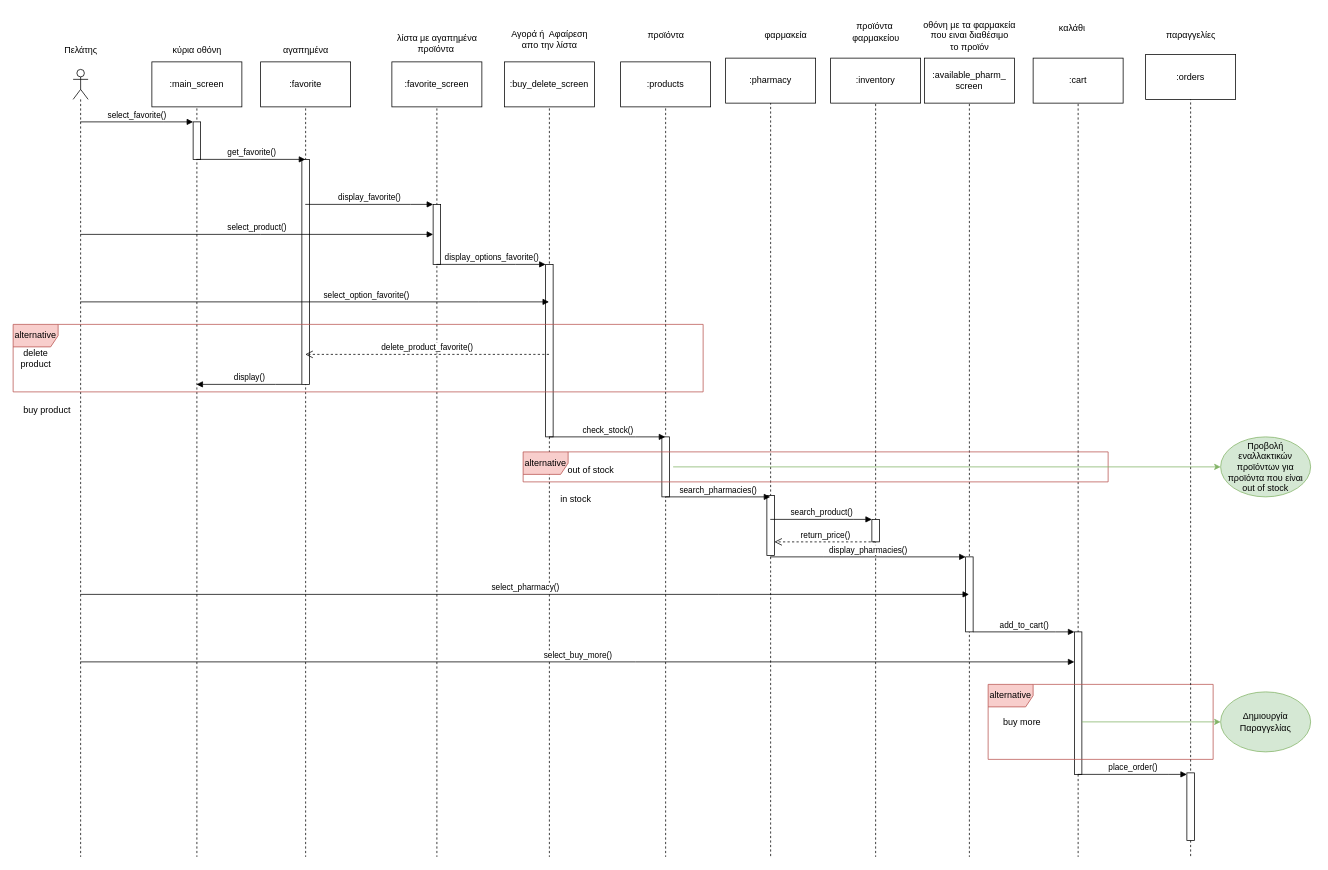
Before: Παραδοτέο_5/sequence/sequence_3.drawio in Galenus-Pharmacy/GalenusPharmacies, a draw.io diagram. Source tidied: cells renumbered, new cells numbered last; positions are measured from the earlier drawing's top-left corner, leaving out a move shared by most shapes. Both pictures are drawn from the tidied source at 75%, with x=0, y=0 at pixel (13, 13).
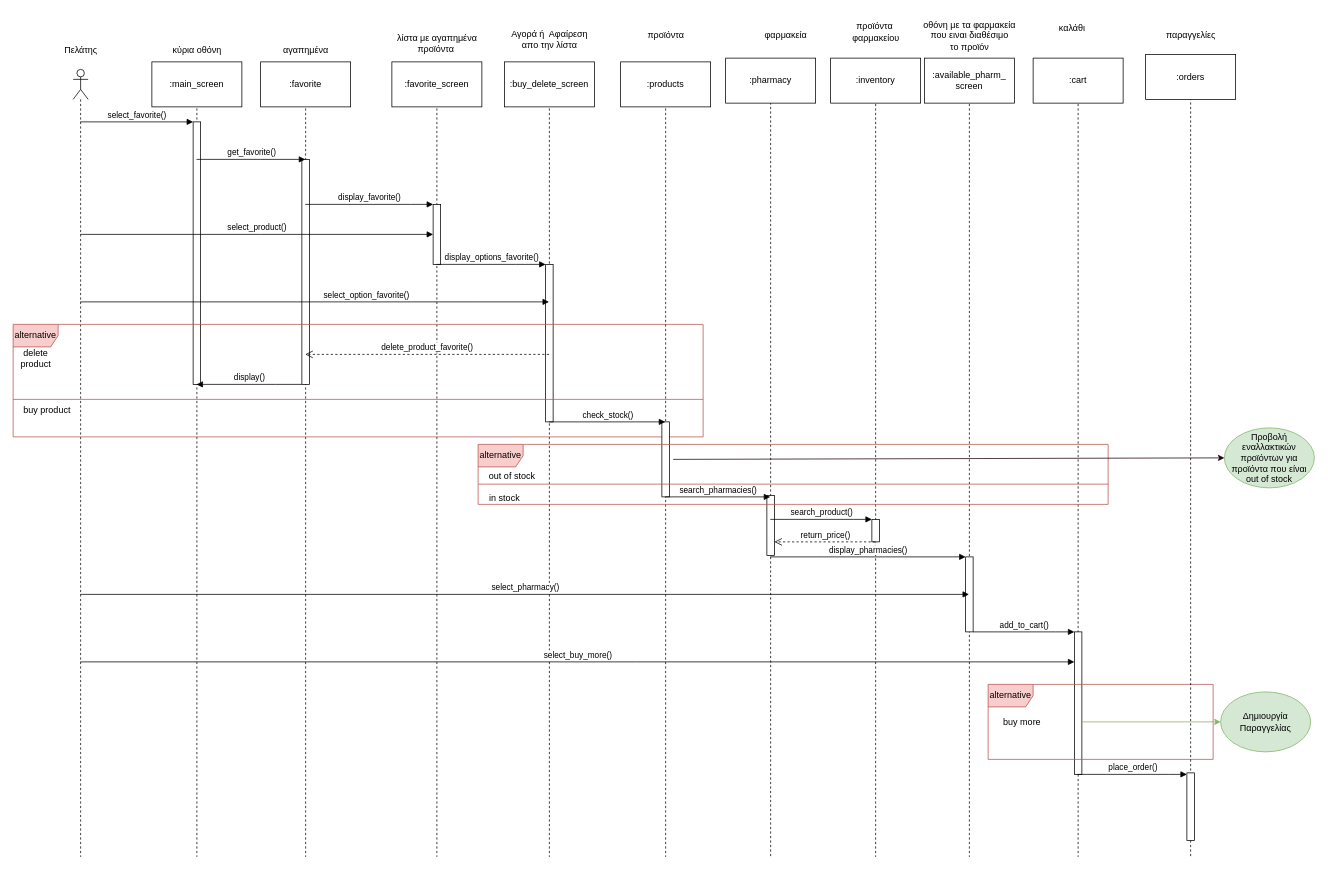
The same page after the edit.

The change refers to these unchanged cells:
```xml
<mxCell id="4" style="shape=umlLifeline;perimeter=lifelinePerimeter;whiteSpace=wrap;html=1;outlineConnect=0;portConstraint=eastwest;newEdgeStyle={&quot;edgeStyle&quot;:&quot;elbowEdgeStyle&quot;,&quot;elbow&quot;:&quot;vertical&quot;,&quot;curved&quot;:0,&quot;rounded&quot;:0};participant=umlBoundary;" parent="1" vertex="1">
  <mxGeometry x="220" y="75" width="50" height="1050" as="geometry" />
</mxCell>
<mxCell id="13" style="shape=umlLifeline;perimeter=lifelinePerimeter;whiteSpace=wrap;html=1;outlineConnect=0;portConstraint=eastwest;newEdgeStyle={&quot;edgeStyle&quot;:&quot;elbowEdgeStyle&quot;,&quot;elbow&quot;:&quot;vertical&quot;,&quot;curved&quot;:0,&quot;rounded&quot;:0};participant=umlBoundary;" parent="1" vertex="1">
  <mxGeometry x="690" y="75" width="50" height="1050" as="geometry" />
</mxCell>
<mxCell id="19" style="shape=umlLifeline;perimeter=lifelinePerimeter;whiteSpace=wrap;html=1;outlineConnect=0;portConstraint=eastwest;newEdgeStyle={&quot;edgeStyle&quot;:&quot;elbowEdgeStyle&quot;,&quot;elbow&quot;:&quot;vertical&quot;,&quot;curved&quot;:0,&quot;rounded&quot;:0};participant=umlEntity;" parent="1" vertex="1">
  <mxGeometry x="850" y="75" width="40" height="1050" as="geometry" />
</mxCell>
```

Change to the diagram source:
```diff
@@
     <mxCell id="5" style="html=1;points=[];perimeter=orthogonalPerimeter;outlineConnect=0;targetShapes=umlLifeline;portConstraint=eastwest;newEdgeStyle={&quot;edgeStyle&quot;:&quot;elbowEdgeStyle&quot;,&quot;elbow&quot;:&quot;vertical&quot;,&quot;curved&quot;:0,&quot;rounded&quot;:0};" parent="4" vertex="1">
-      <mxGeometry x="20" y="70" width="10" height="50" as="geometry" />
+      <mxGeometry x="20" y="70" width="10" height="350" as="geometry" />
     </mxCell>
@@
     <mxCell id="14" style="html=1;points=[];perimeter=orthogonalPerimeter;outlineConnect=0;targetShapes=umlLifeline;portConstraint=eastwest;newEdgeStyle={&quot;edgeStyle&quot;:&quot;elbowEdgeStyle&quot;,&quot;elbow&quot;:&quot;vertical&quot;,&quot;curved&quot;:0,&quot;rounded&quot;:0};" parent="13" vertex="1">
-      <mxGeometry x="20" y="260" width="10" height="230" as="geometry" />
+      <mxGeometry x="20" y="260" width="10" height="210" as="geometry" />
     </mxCell>
@@
     <mxCell id="16" value="alternative" style="shape=umlFrame;whiteSpace=wrap;html=1;fillColor=#f8cecc;strokeColor=#b85450;" parent="1" vertex="1">
-      <mxGeometry y="415" width="920" height="90" as="geometry" />
+      <mxGeometry y="415" width="920" height="150" as="geometry" />
     </mxCell>
@@
     <mxCell id="20" style="html=1;points=[];perimeter=orthogonalPerimeter;outlineConnect=0;targetShapes=umlLifeline;portConstraint=eastwest;newEdgeStyle={&quot;edgeStyle&quot;:&quot;elbowEdgeStyle&quot;,&quot;elbow&quot;:&quot;vertical&quot;,&quot;curved&quot;:0,&quot;rounded&quot;:0};" parent="19" vertex="1">
-      <mxGeometry x="15" y="490" width="10" height="80" as="geometry" />
+      <mxGeometry x="15" y="470" width="10" height="100" as="geometry" />
     </mxCell>
@@
     <mxCell id="41" value="alternative" style="shape=umlFrame;whiteSpace=wrap;html=1;fillColor=#f8cecc;strokeColor=#b85450;" parent="1" vertex="1">
-      <mxGeometry x="680" y="585" width="780" height="40" as="geometry" />
+      <mxGeometry x="620" y="575" width="840" height="80" as="geometry" />
     </mxCell>
     <mxCell id="42" value="out of stock" style="text;html=1;align=center;verticalAlign=middle;strokeColor=none;fillColor=none;" parent="1" vertex="1">
-      <mxGeometry x="730" y="595" width="80" height="30" as="geometry" />
+      <mxGeometry x="625" y="602" width="80" height="30" as="geometry" />
     </mxCell>
     <mxCell id="43" value="Προβολή εναλλακτικών προϊόντων για προϊόντα που είναι out of stock" style="ellipse;whiteSpace=wrap;html=1;fillColor=#d5e8d4;strokeColor=#82b366;" parent="1" vertex="1">
-      <mxGeometry x="1610" y="565" width="120" height="80" as="geometry" />
+      <mxGeometry x="1615" y="553" width="120" height="80" as="geometry" />
     </mxCell>
-    <mxCell id="44" style="endArrow=classic;html=1;rounded=0;entryX=0;entryY=0.5;entryDx=0;entryDy=0;exitX=1.5;exitY=0.5;exitDx=0;exitDy=0;exitPerimeter=0;fillColor=#d5e8d4;strokeColor=#82b366;" parent="1" edge="1" source="20" target="43">
+    <mxCell id="44" style="endArrow=classic;html=1;rounded=0;entryX=0;entryY=0.5;entryDx=0;entryDy=0;exitX=1.5;exitY=0.5;exitDx=0;exitDy=0;exitPerimeter=0;fillColor=#d5e8d4;strokeColor=#1C000E;" parent="1" edge="1" source="20" target="43">
       <mxGeometry relative="1" as="geometry" />
     </mxCell>
     <mxCell id="45" value="in stock" style="text;html=1;align=center;verticalAlign=middle;strokeColor=none;fillColor=none;" parent="1" vertex="1">
-      <mxGeometry x="720" y="633" width="60" height="30" as="geometry" />
+      <mxGeometry x="625" y="632" width="60" height="30" as="geometry" />
     </mxCell>
@@
     <mxCell id="65" value="check_stock()" style="html=1;verticalAlign=bottom;endArrow=block;edgeStyle=elbowEdgeStyle;elbow=vertical;curved=0;rounded=0;" parent="1" edge="1" source="13" target="19">
       <mxGeometry relative="1" as="geometry">
         <Array as="points">
-          <mxPoint x="830" y="565" />
+          <mxPoint x="830" y="545" />
         </Array>
       </mxGeometry>
     </mxCell>
@@
+    <mxCell id="73" style="line;strokeWidth=1;fillColor=#f8cecc;align=left;verticalAlign=middle;spacingTop=-1;spacingLeft=3;spacingRight=3;labelPosition=right;strokeColor=#b85450;" parent="1" vertex="1">
+      <mxGeometry y="511" width="920" height="8" as="geometry" />
+    </mxCell>
+    <mxCell id="74" style="line;strokeWidth=1;fillColor=#f8cecc;align=left;verticalAlign=middle;spacingTop=-1;spacingLeft=3;spacingRight=3;labelPosition=right;strokeColor=#b85450;" parent="1" vertex="1">
+      <mxGeometry x="620" y="624" width="840" height="8" as="geometry" />
+    </mxCell>
```
